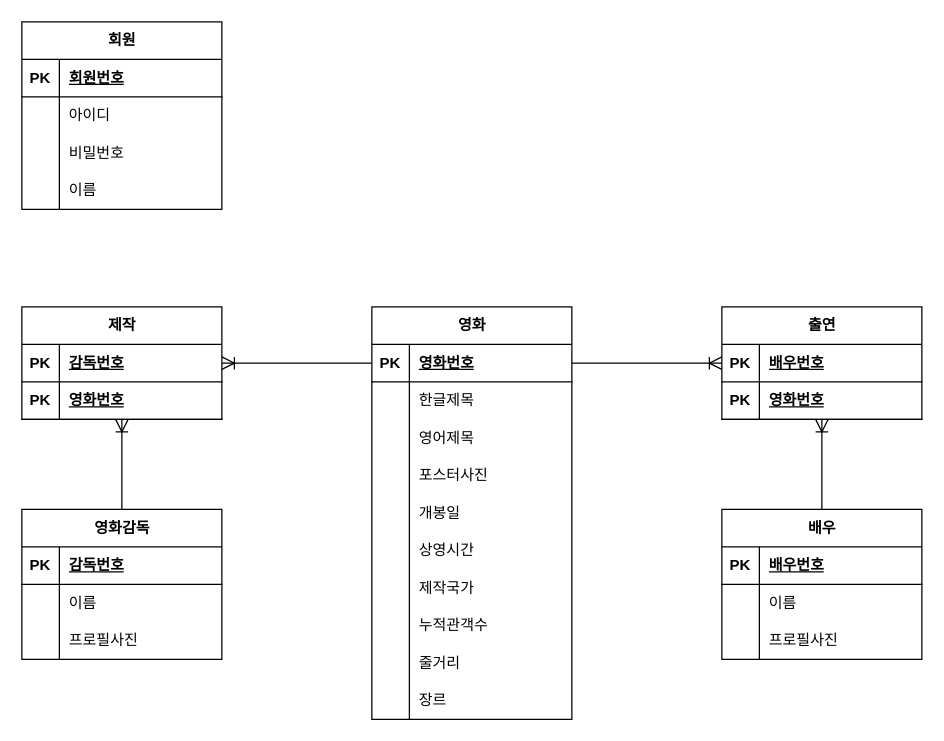
Above: page "Page-1의 복사본" (2 of 2) of Movie-Story - ER 다이어그램.drawio in Psmin1994/Movie-Story (draw.io), before the change. Source tidied: cells renumbered, new cells numbered last; positions are measured from the earlier drawing's top-left corner, leaving out a move shared by most shapes. Both pictures are drawn from the tidied source at 125%, with x=0, y=0 at pixel (21, 21).
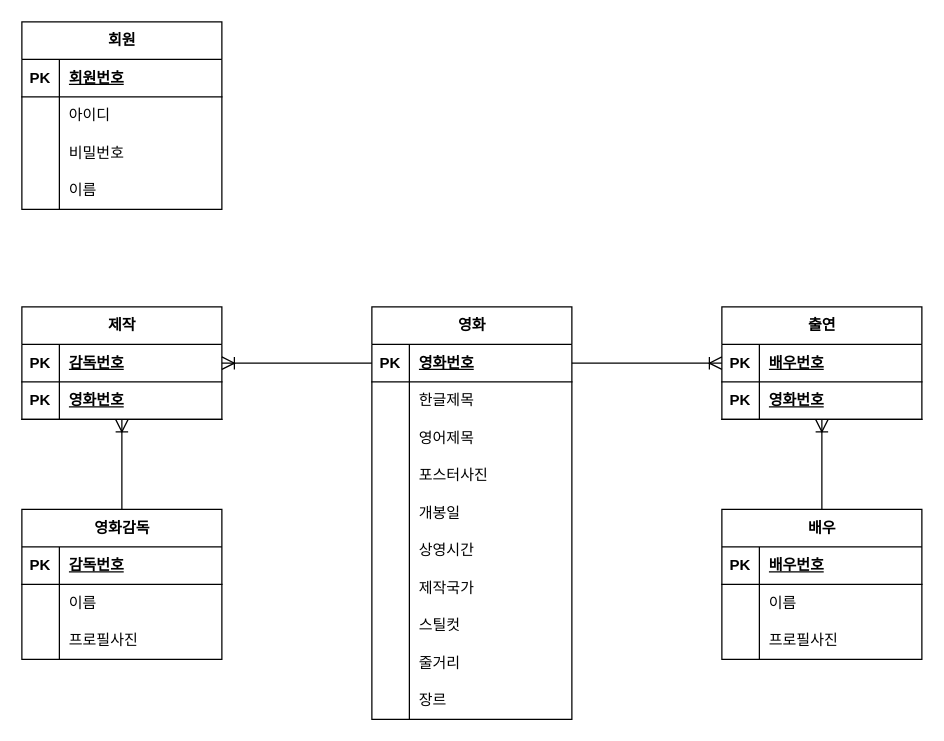
The same page after the edit.

Unchanged cells that the change refers to:
```xml
<mxCell id="24" style="shape=tableRow;horizontal=0;startSize=0;swimlaneHead=0;swimlaneBody=0;fillColor=none;top=0;left=0;right=0;bottom=0;" parent="2" vertex="1">
  <mxGeometry y="240" width="160" height="30" as="geometry" />
</mxCell>
```

What changed in the source:
```diff
@@
-    <mxCell id="26" value="누적관객수" style="shape=partialRectangle;fillColor=none;top=0;left=0;bottom=0;right=0;align=left;spacingLeft=6;overflow=hidden;whiteSpace=wrap;html=1;" parent="24" vertex="1">
+    <mxCell id="26" value="스틸컷&lt;br&gt;" style="shape=partialRectangle;fillColor=none;top=0;left=0;bottom=0;right=0;align=left;spacingLeft=6;overflow=hidden;whiteSpace=wrap;html=1;" parent="24" vertex="1">
       <mxGeometry x="30" width="130" height="30" as="geometry" />
     </mxCell>
```
